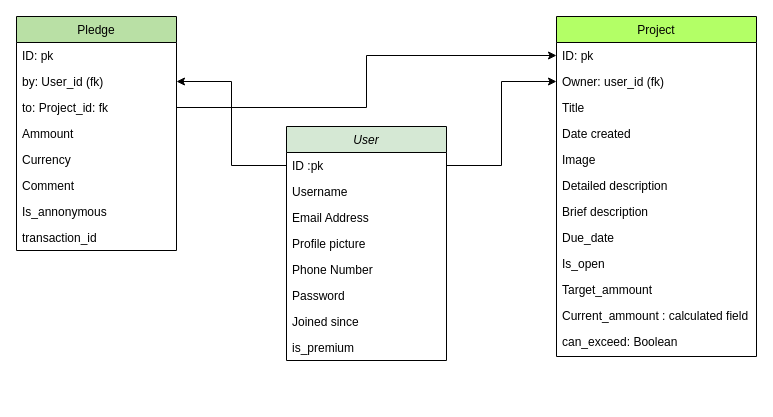
Before: suppl/my_schema.drawio in lruizper/crowdfunding_back_end, a draw.io diagram. Source tidied: cells renumbered, new cells numbered last; positions are measured from the earlier drawing's top-left corner, leaving out a move shared by most shapes. Both pictures are drawn from the tidied source at 100%, with x=0, y=0 at pixel (16, 16).
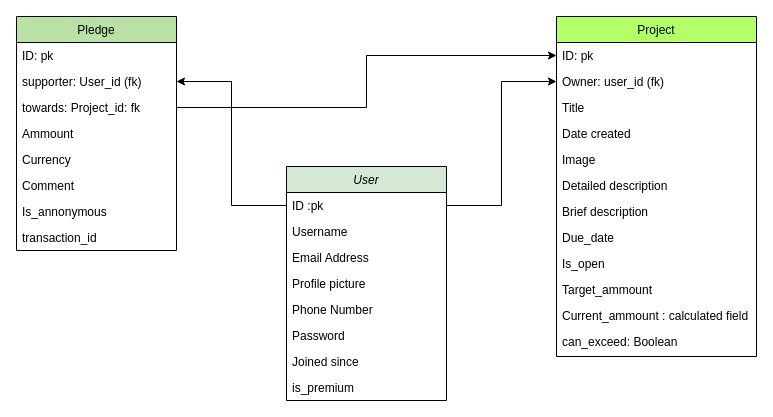
The same page after the edit.

Commit message (it also covers changes not shown here):
finished user permissions for project

Unchanged cells that the change refers to:
```xml
<mxCell id="11" value="Pledge" style="swimlane;fontStyle=0;align=center;verticalAlign=top;horizontal=1;startSize=26;rounded=0;shadow=0;strokeWidth=1;fillColor=#B9E0A5;" parent="1" vertex="1">
  <mxGeometry width="160" height="234" as="geometry" />
</mxCell>
```

What changed in the source:
```diff
@@
     <mxCell id="2" value="User" style="swimlane;fontStyle=2;align=center;verticalAlign=top;horizontal=1;startSize=26;rounded=0;shadow=0;strokeWidth=1;fillColor=#D5E8D4;" parent="1" vertex="1">
-      <mxGeometry x="270" y="110" width="160" height="234" as="geometry" />
+      <mxGeometry x="270" y="150" width="160" height="234" as="geometry" />
     </mxCell>
@@
-    <mxCell id="13" value="by: User_id (fk)" style="text;align=left;verticalAlign=top;spacingLeft=4;spacingRight=4;overflow=hidden;points=[[0,0.5],[1,0.5]];portConstraint=eastwest;" parent="11" vertex="1">
+    <mxCell id="13" value="supporter: User_id (fk)" style="text;align=left;verticalAlign=top;spacingLeft=4;spacingRight=4;overflow=hidden;points=[[0,0.5],[1,0.5]];portConstraint=eastwest;" parent="11" vertex="1">
       <mxGeometry y="52" width="160" height="26" as="geometry" />
     </mxCell>
-    <mxCell id="14" value="to: Project_id: fk" style="text;align=left;verticalAlign=top;spacingLeft=4;spacingRight=4;overflow=hidden;points=[[0,0.5],[1,0.5]];portConstraint=eastwest;rounded=0;shadow=0;html=0;" parent="11" vertex="1">
+    <mxCell id="14" value="towards: Project_id: fk" style="text;align=left;verticalAlign=top;spacingLeft=4;spacingRight=4;overflow=hidden;points=[[0,0.5],[1,0.5]];portConstraint=eastwest;rounded=0;shadow=0;html=0;" parent="11" vertex="1">
       <mxGeometry y="78" width="160" height="26" as="geometry" />
     </mxCell>
```
